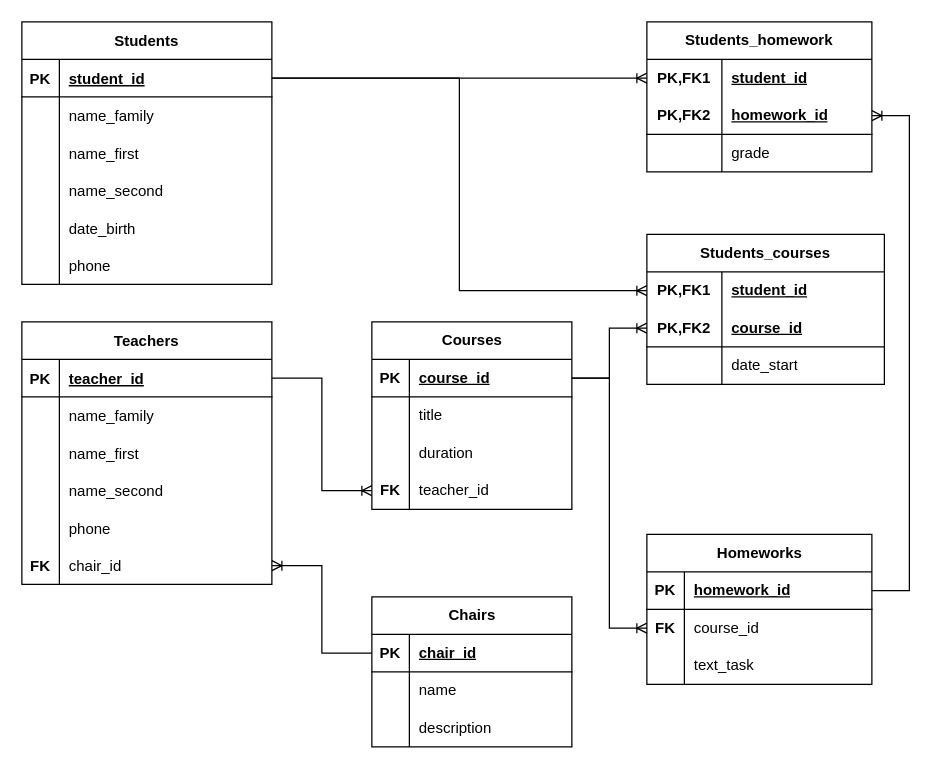
This is page "Task 2" (2 of 3) of draw_io/14_8_practice_DataBase.drawio from MDS-007-52/Draw_io_diagrams, a draw.io file, before an edit. Source tidied: cells renumbered, new cells numbered last; positions are measured from the earlier drawing's top-left corner, leaving out a move shared by most shapes. Both pictures are drawn from the tidied source at 125%, with x=0, y=0 at pixel (21, 21).
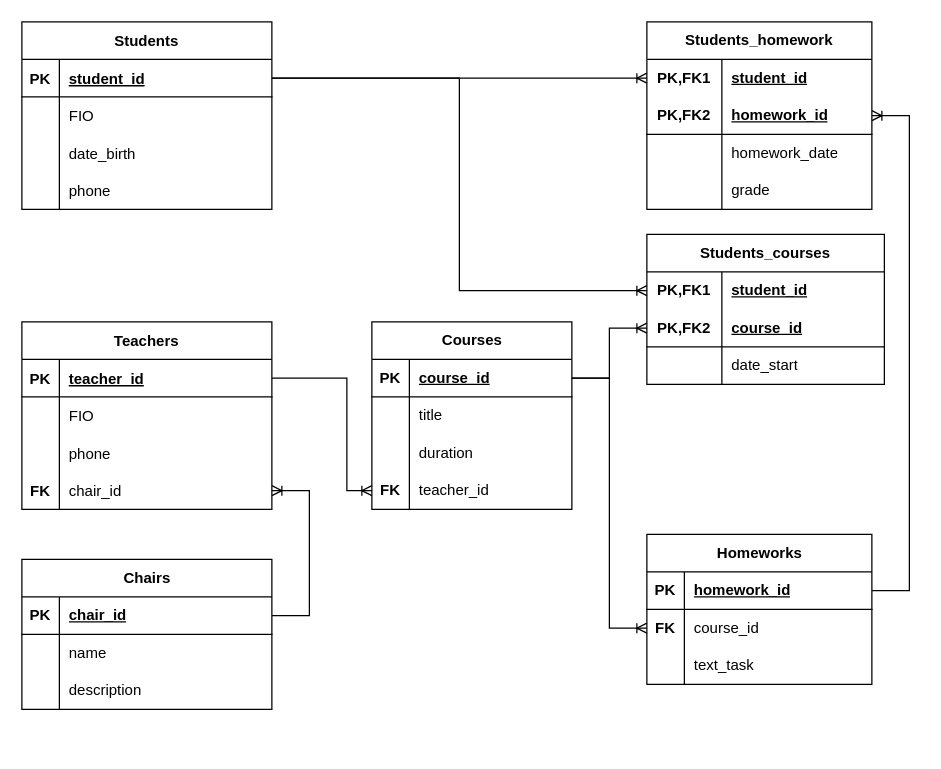
The same diagram, later.

The change refers to these unchanged cells:
```xml
<mxCell id="61" style="shape=tableRow;horizontal=0;startSize=0;swimlaneHead=0;swimlaneBody=0;fillColor=none;points=[[0,0.5],[1,0.5]];portConstraint=eastwest;top=0;left=0;right=0;bottom=0;" parent="51" vertex="1">
  <mxGeometry y="120" width="160" height="30" as="geometry" />
</mxCell>
<mxCell id="66" style="shape=tableRow;horizontal=0;startSize=0;swimlaneHead=0;swimlaneBody=0;fillColor=none;points=[[0,0.5],[1,0.5]];portConstraint=eastwest;top=0;left=0;right=0;bottom=0;html=1;" parent="65" vertex="1">
  <mxGeometry y="30" width="190" height="30" as="geometry" />
</mxCell>
<mxCell id="89" style="shape=tableRow;horizontal=0;startSize=0;swimlaneHead=0;swimlaneBody=0;fillColor=none;points=[[0,0.5],[1,0.5]];portConstraint=eastwest;top=0;left=0;right=0;bottom=0;html=1;" parent="88" vertex="1">
  <mxGeometry y="30" width="180" height="30" as="geometry" />
</mxCell>
<mxCell id="95" style="shape=tableRow;horizontal=0;startSize=0;swimlaneHead=0;swimlaneBody=0;fillColor=none;top=0;left=0;right=0;bottom=0;html=1;" parent="88" vertex="1">
  <mxGeometry y="90" width="180" height="30" as="geometry" />
</mxCell>
```

Diff of the diagram source:
```diff
@@
-    <mxCell id="2" value="Students" style="shape=table;startSize=30;childLayout=tableLayout;rowLines=0;fontStyle=1;align=center;" parent="1" vertex="1">
-      <mxGeometry width="200" height="210" as="geometry" />
-    </mxCell>
-    <mxCell id="3" style="shape=partialRectangle;fillColor=none;points=[[0,0.5],[1,0.5]];portConstraint=eastwest;top=0;left=0;right=0;bottom=1;" parent="2" vertex="1">
-      <mxGeometry y="30" width="200" height="30" as="geometry" />
-    </mxCell>
-    <mxCell id="4" value="PK" style="shape=partialRectangle;overflow=hidden;fillColor=none;top=0;left=0;bottom=0;right=0;fontStyle=1;" parent="3" vertex="1">
-      <mxGeometry width="30" height="30" as="geometry" />
-    </mxCell>
-    <mxCell id="5" value="student_id " style="shape=partialRectangle;overflow=hidden;fillColor=none;top=0;left=0;bottom=0;right=0;align=left;spacingLeft=6;fontStyle=5;" parent="3" vertex="1">
-      <mxGeometry x="30" width="170" height="30" as="geometry" />
-    </mxCell>
-    <mxCell id="6" style="shape=partialRectangle;fillColor=none;top=0;left=0;right=0;bottom=0;" parent="2" vertex="1">
-      <mxGeometry y="60" width="200" height="30" as="geometry" />
-    </mxCell>
-    <mxCell id="7" style="shape=partialRectangle;overflow=hidden;fillColor=none;top=0;left=0;bottom=0;right=0;" parent="6" vertex="1">
-      <mxGeometry width="30" height="30" as="geometry" />
-    </mxCell>
-    <mxCell id="8" value="name_family" style="shape=partialRectangle;overflow=hidden;fillColor=none;top=0;left=0;bottom=0;right=0;align=left;spacingLeft=6;" parent="6" vertex="1">
-      <mxGeometry x="30" width="170" height="30" as="geometry" />
-    </mxCell>
-    <mxCell id="9" style="shape=tableRow;horizontal=0;startSize=0;swimlaneHead=0;swimlaneBody=0;fillColor=none;top=0;left=0;right=0;bottom=0;" parent="2" vertex="1">
-      <mxGeometry y="90" width="200" height="30" as="geometry" />
-    </mxCell>
-    <mxCell id="10" style="shape=partialRectangle;fillColor=none;top=0;left=0;bottom=0;right=0;overflow=hidden;" parent="9" vertex="1">
-      <mxGeometry width="30" height="30" as="geometry" />
-    </mxCell>
-    <mxCell id="11" value="name_first" style="shape=partialRectangle;fillColor=none;top=0;left=0;bottom=0;right=0;align=left;spacingLeft=6;overflow=hidden;" parent="9" vertex="1">
-      <mxGeometry x="30" width="170" height="30" as="geometry" />
-    </mxCell>
-    <mxCell id="12" style="shape=tableRow;horizontal=0;startSize=0;swimlaneHead=0;swimlaneBody=0;fillColor=none;top=0;left=0;right=0;bottom=0;" parent="2" vertex="1">
-      <mxGeometry y="120" width="200" height="30" as="geometry" />
-    </mxCell>
-    <mxCell id="13" style="shape=partialRectangle;fillColor=none;top=0;left=0;bottom=0;right=0;overflow=hidden;" parent="12" vertex="1">
-      <mxGeometry width="30" height="30" as="geometry" />
-    </mxCell>
-    <mxCell id="14" value="name_second" style="shape=partialRectangle;fillColor=none;top=0;left=0;bottom=0;right=0;align=left;spacingLeft=6;overflow=hidden;" parent="12" vertex="1">
-      <mxGeometry x="30" width="170" height="30" as="geometry" />
-    </mxCell>
-    <mxCell id="15" style="shape=tableRow;horizontal=0;startSize=0;swimlaneHead=0;swimlaneBody=0;fillColor=none;top=0;left=0;right=0;bottom=0;" parent="2" vertex="1">
-      <mxGeometry y="150" width="200" height="30" as="geometry" />
-    </mxCell>
-    <mxCell id="16" style="shape=partialRectangle;fillColor=none;top=0;left=0;bottom=0;right=0;overflow=hidden;" parent="15" vertex="1">
-      <mxGeometry width="30" height="30" as="geometry" />
-    </mxCell>
-    <mxCell id="17" value="date_birth" style="shape=partialRectangle;fillColor=none;top=0;left=0;bottom=0;right=0;align=left;spacingLeft=6;overflow=hidden;" parent="15" vertex="1">
-      <mxGeometry x="30" width="170" height="30" as="geometry" />
-    </mxCell>
-    <mxCell id="18" style="shape=tableRow;horizontal=0;startSize=0;swimlaneHead=0;swimlaneBody=0;fillColor=none;top=0;left=0;right=0;bottom=0;" parent="2" vertex="1">
-      <mxGeometry y="180" width="200" height="30" as="geometry" />
-    </mxCell>
-    <mxCell id="19" style="shape=partialRectangle;fillColor=none;top=0;left=0;bottom=0;right=0;overflow=hidden;" parent="18" vertex="1">
-      <mxGeometry width="30" height="30" as="geometry" />
-    </mxCell>
-    <mxCell id="20" value="phone" style="shape=partialRectangle;fillColor=none;top=0;left=0;bottom=0;right=0;align=left;spacingLeft=6;overflow=hidden;" parent="18" vertex="1">
-      <mxGeometry x="30" width="170" height="30" as="geometry" />
-    </mxCell>
-    <mxCell id="21" value="Teachers" style="shape=table;startSize=30;childLayout=tableLayout;rowLines=0;fontStyle=1;align=center;" parent="1" vertex="1">
-      <mxGeometry y="240" width="200" height="210" as="geometry" />
-    </mxCell>
-    <mxCell id="22" style="shape=partialRectangle;fillColor=none;points=[[0,0.5],[1,0.5]];portConstraint=eastwest;top=0;left=0;right=0;bottom=1;" parent="21" vertex="1">
-      <mxGeometry y="30" width="200" height="30" as="geometry" />
-    </mxCell>
-    <mxCell id="23" value="PK" style="shape=partialRectangle;overflow=hidden;fillColor=none;top=0;left=0;bottom=0;right=0;fontStyle=1;" parent="22" vertex="1">
-      <mxGeometry width="30" height="30" as="geometry" />
-    </mxCell>
-    <mxCell id="24" value="teacher_id " style="shape=partialRectangle;overflow=hidden;fillColor=none;top=0;left=0;bottom=0;right=0;align=left;spacingLeft=6;fontStyle=5;" parent="22" vertex="1">
-      <mxGeometry x="30" width="170" height="30" as="geometry" />
-    </mxCell>
-    <mxCell id="25" style="shape=partialRectangle;fillColor=none;top=0;left=0;right=0;bottom=0;" parent="21" vertex="1">
-      <mxGeometry y="60" width="200" height="30" as="geometry" />
-    </mxCell>
-    <mxCell id="26" style="shape=partialRectangle;overflow=hidden;fillColor=none;top=0;left=0;bottom=0;right=0;" parent="25" vertex="1">
-      <mxGeometry width="30" height="30" as="geometry" />
-    </mxCell>
-    <mxCell id="27" value="name_family" style="shape=partialRectangle;overflow=hidden;fillColor=none;top=0;left=0;bottom=0;right=0;align=left;spacingLeft=6;" parent="25" vertex="1">
-      <mxGeometry x="30" width="170" height="30" as="geometry" />
-    </mxCell>
-    <mxCell id="28" style="shape=tableRow;horizontal=0;startSize=0;swimlaneHead=0;swimlaneBody=0;fillColor=none;top=0;left=0;right=0;bottom=0;" parent="21" vertex="1">
-      <mxGeometry y="90" width="200" height="30" as="geometry" />
-    </mxCell>
-    <mxCell id="29" style="shape=partialRectangle;fillColor=none;top=0;left=0;bottom=0;right=0;overflow=hidden;" parent="28" vertex="1">
-      <mxGeometry width="30" height="30" as="geometry" />
-    </mxCell>
-    <mxCell id="30" value="name_first" style="shape=partialRectangle;fillColor=none;top=0;left=0;bottom=0;right=0;align=left;spacingLeft=6;overflow=hidden;" parent="28" vertex="1">
-      <mxGeometry x="30" width="170" height="30" as="geometry" />
-    </mxCell>
-    <mxCell id="31" style="shape=tableRow;horizontal=0;startSize=0;swimlaneHead=0;swimlaneBody=0;fillColor=none;top=0;left=0;right=0;bottom=0;" parent="21" vertex="1">
-      <mxGeometry y="120" width="200" height="30" as="geometry" />
-    </mxCell>
-    <mxCell id="32" style="shape=partialRectangle;fillColor=none;top=0;left=0;bottom=0;right=0;overflow=hidden;" parent="31" vertex="1">
-      <mxGeometry width="30" height="30" as="geometry" />
-    </mxCell>
-    <mxCell id="33" value="name_second" style="shape=partialRectangle;fillColor=none;top=0;left=0;bottom=0;right=0;align=left;spacingLeft=6;overflow=hidden;" parent="31" vertex="1">
-      <mxGeometry x="30" width="170" height="30" as="geometry" />
-    </mxCell>
-    <mxCell id="34" style="shape=tableRow;horizontal=0;startSize=0;swimlaneHead=0;swimlaneBody=0;fillColor=none;top=0;left=0;right=0;bottom=0;" parent="21" vertex="1">
-      <mxGeometry y="150" width="200" height="30" as="geometry" />
-    </mxCell>
-    <mxCell id="35" style="shape=partialRectangle;fillColor=none;top=0;left=0;bottom=0;right=0;overflow=hidden;" parent="34" vertex="1">
-      <mxGeometry width="30" height="30" as="geometry" />
-    </mxCell>
-    <mxCell id="36" value="phone" style="shape=partialRectangle;fillColor=none;top=0;left=0;bottom=0;right=0;align=left;spacingLeft=6;overflow=hidden;" parent="34" vertex="1">
-      <mxGeometry x="30" width="170" height="30" as="geometry" />
-    </mxCell>
-    <mxCell id="37" style="shape=tableRow;horizontal=0;startSize=0;swimlaneHead=0;swimlaneBody=0;fillColor=none;points=[[0,0.5],[1,0.5]];portConstraint=eastwest;top=0;left=0;right=0;bottom=0;" parent="21" vertex="1">
-      <mxGeometry y="180" width="200" height="30" as="geometry" />
-    </mxCell>
-    <mxCell id="38" value="FK" style="shape=partialRectangle;fillColor=none;top=0;left=0;bottom=0;right=0;overflow=hidden;fontStyle=1;" parent="37" vertex="1">
-      <mxGeometry width="30" height="30" as="geometry" />
-    </mxCell>
-    <mxCell id="39" value="chair_id" style="shape=partialRectangle;fillColor=none;top=0;left=0;bottom=0;right=0;align=left;spacingLeft=6;overflow=hidden;" parent="37" vertex="1">
-      <mxGeometry x="30" width="170" height="30" as="geometry" />
-    </mxCell>
     <mxCell id="40" value="Chairs" style="shape=table;startSize=30;childLayout=tableLayout;rowLines=0;fontStyle=1;align=center;html=1;" parent="1" vertex="1">
-      <mxGeometry x="280" y="460" width="160" height="120" as="geometry" />
+      <mxGeometry y="430" width="200" height="120" as="geometry" />
     </mxCell>
     <mxCell id="41" style="shape=tableRow;horizontal=0;startSize=0;swimlaneHead=0;swimlaneBody=0;fillColor=none;points=[[0,0.5],[1,0.5]];portConstraint=eastwest;top=0;left=0;right=0;bottom=1;" parent="40" vertex="1">
-      <mxGeometry y="30" width="160" height="30" as="geometry" />
+      <mxGeometry y="30" width="200" height="30" as="geometry" />
     </mxCell>
@@
     <mxCell id="43" value="&lt;div&gt;chair_id&lt;/div&gt;" style="shape=partialRectangle;fillColor=none;top=0;left=0;bottom=0;right=0;align=left;spacingLeft=6;fontStyle=5;overflow=hidden;whiteSpace=wrap;html=1;" parent="41" vertex="1">
-      <mxGeometry x="30" width="130" height="30" as="geometry" />
+      <mxGeometry x="30" width="170" height="30" as="geometry" />
     </mxCell>
     <mxCell id="44" style="shape=tableRow;horizontal=0;startSize=0;swimlaneHead=0;swimlaneBody=0;fillColor=none;top=0;left=0;right=0;bottom=0;" parent="40" vertex="1">
-      <mxGeometry y="60" width="160" height="30" as="geometry" />
+      <mxGeometry y="60" width="200" height="30" as="geometry" />
     </mxCell>
@@
     <mxCell id="46" value="name" style="shape=partialRectangle;fillColor=none;top=0;left=0;bottom=0;right=0;align=left;spacingLeft=6;overflow=hidden;whiteSpace=wrap;html=1;" parent="44" vertex="1">
-      <mxGeometry x="30" width="130" height="30" as="geometry" />
+      <mxGeometry x="30" width="170" height="30" as="geometry" />
     </mxCell>
     <mxCell id="47" style="shape=tableRow;horizontal=0;startSize=0;swimlaneHead=0;swimlaneBody=0;fillColor=none;top=0;left=0;right=0;bottom=0;" parent="40" vertex="1">
-      <mxGeometry y="90" width="160" height="30" as="geometry" />
+      <mxGeometry y="90" width="200" height="30" as="geometry" />
     </mxCell>
@@
     <mxCell id="49" value="description" style="shape=partialRectangle;fillColor=none;top=0;left=0;bottom=0;right=0;align=left;spacingLeft=6;overflow=hidden;whiteSpace=wrap;html=1;" parent="47" vertex="1">
-      <mxGeometry x="30" width="130" height="30" as="geometry" />
+      <mxGeometry x="30" width="170" height="30" as="geometry" />
     </mxCell>
-    <mxCell id="50" style="edgeStyle=elbowEdgeStyle;fontSize=12;html=1;endArrow=ERoneToMany;rounded=0;exitX=0;exitY=0.5;exitDx=0;exitDy=0;entryX=1;entryY=0.5;entryDx=0;entryDy=0;" parent="1" edge="1" source="41" target="37">
-      <mxGeometry relative="1" as="geometry" />
+    <mxCell id="50" style="edgeStyle=elbowEdgeStyle;fontSize=12;html=1;endArrow=ERoneToMany;rounded=0;" parent="1" edge="1" source="41" target="121">
+      <mxGeometry relative="1" as="geometry">
+        <Array as="points">
+          <mxPoint x="230" y="420" />
+        </Array>
+      </mxGeometry>
     </mxCell>
@@
-    <mxCell id="64" style="edgeStyle=elbowEdgeStyle;fontSize=12;html=1;endArrow=ERoneToMany;rounded=0;exitX=1;exitY=0.5;exitDx=0;exitDy=0;entryX=0;entryY=0.5;entryDx=0;entryDy=0;" parent="1" edge="1" source="22" target="61">
-      <mxGeometry relative="1" as="geometry" />
+    <mxCell id="64" style="edgeStyle=elbowEdgeStyle;fontSize=12;html=1;endArrow=ERoneToMany;rounded=0;exitX=1;exitY=0.5;exitDx=0;exitDy=0;entryX=0;entryY=0.5;entryDx=0;entryDy=0;" parent="1" edge="1" target="61">
+      <mxGeometry relative="1" as="geometry">
+        <mxPoint x="200" y="285" as="sourcePoint" />
+        <Array as="points">
+          <mxPoint x="260" y="340" />
+        </Array>
+      </mxGeometry>
     </mxCell>
@@
-    <mxCell id="75" style="edgeStyle=elbowEdgeStyle;fontSize=12;html=1;endArrow=ERoneToMany;rounded=0;exitX=1;exitY=0.5;exitDx=0;exitDy=0;entryX=0;entryY=0.5;entryDx=0;entryDy=0;" parent="1" edge="1" source="3" target="66">
-      <mxGeometry relative="1" as="geometry" />
+    <mxCell id="75" style="edgeStyle=elbowEdgeStyle;fontSize=12;html=1;endArrow=ERoneToMany;rounded=0;exitX=1;exitY=0.5;exitDx=0;exitDy=0;entryX=0;entryY=0.5;entryDx=0;entryDy=0;" parent="1" edge="1" target="66">
+      <mxGeometry relative="1" as="geometry">
+        <mxPoint x="200" y="45" as="sourcePoint" />
+      </mxGeometry>
     </mxCell>
@@
     <mxCell id="88" value="Students_homework" style="shape=table;startSize=30;childLayout=tableLayout;rowLines=0;fontStyle=1;align=center;html=1;whiteSpace=wrap;" parent="1" vertex="1">
-      <mxGeometry x="500" width="180" height="120" as="geometry" />
+      <mxGeometry x="500" width="180" height="150" as="geometry" />
     </mxCell>
@@
-    <mxCell id="97" value="grade" style="shape=partialRectangle;fillColor=none;top=0;left=0;bottom=0;right=0;align=left;spacingLeft=6;overflow=hidden;html=1;whiteSpace=wrap;" parent="95" vertex="1">
+    <mxCell id="97" value="homework_date" style="shape=partialRectangle;fillColor=none;top=0;left=0;bottom=0;right=0;align=left;spacingLeft=6;overflow=hidden;html=1;whiteSpace=wrap;" parent="95" vertex="1">
       <mxGeometry x="60" width="120" height="30" as="geometry" />
     </mxCell>
+    <mxCell id="100" style="shape=tableRow;horizontal=0;startSize=0;swimlaneHead=0;swimlaneBody=0;fillColor=none;top=0;left=0;right=0;bottom=0;html=1;" parent="88" vertex="1">
+      <mxGeometry y="120" width="180" height="30" as="geometry" />
+    </mxCell>
+    <mxCell id="101" style="shape=partialRectangle;fillColor=none;top=0;left=0;bottom=0;right=0;overflow=hidden;html=1;whiteSpace=wrap;" parent="100" vertex="1">
+      <mxGeometry width="60" height="30" as="geometry" />
+    </mxCell>
+    <mxCell id="102" value="grade" style="shape=partialRectangle;fillColor=none;top=0;left=0;bottom=0;right=0;align=left;spacingLeft=6;overflow=hidden;html=1;whiteSpace=wrap;" parent="100" vertex="1">
+      <mxGeometry x="60" width="120" height="30" as="geometry" />
+    </mxCell>
-    <mxCell id="98" style="edgeStyle=entityRelationEdgeStyle;fontSize=12;html=1;endArrow=ERoneToMany;rounded=0;exitX=1;exitY=0.5;exitDx=0;exitDy=0;" parent="1" edge="1" source="3" target="89">
-      <mxGeometry relative="1" as="geometry" />
+    <mxCell id="98" style="edgeStyle=entityRelationEdgeStyle;fontSize=12;html=1;endArrow=ERoneToMany;rounded=0;exitX=1;exitY=0.5;exitDx=0;exitDy=0;" parent="1" edge="1" target="89">
+      <mxGeometry relative="1" as="geometry">
+        <mxPoint x="200" y="45" as="sourcePoint" />
+      </mxGeometry>
     </mxCell>
@@
+    <mxCell id="2" value="Students" style="shape=table;startSize=30;childLayout=tableLayout;rowLines=0;fontStyle=1;align=center;" parent="1" vertex="1">
+      <mxGeometry width="200" height="150" as="geometry" />
+    </mxCell>
+    <mxCell id="103" style="shape=partialRectangle;fillColor=none;top=0;left=0;right=0;bottom=1;" parent="2" vertex="1">
+      <mxGeometry y="30" width="200" height="30" as="geometry" />
+    </mxCell>
+    <mxCell id="104" value="PK" style="shape=partialRectangle;overflow=hidden;fillColor=none;top=0;left=0;bottom=0;right=0;fontStyle=1;" parent="103" vertex="1">
+      <mxGeometry width="30" height="30" as="geometry" />
+    </mxCell>
+    <mxCell id="5" value="student_id " style="shape=partialRectangle;overflow=hidden;fillColor=none;top=0;left=0;bottom=0;right=0;align=left;spacingLeft=6;fontStyle=5;" parent="103" vertex="1">
+      <mxGeometry x="30" width="170" height="30" as="geometry" />
+    </mxCell>
+    <mxCell id="105" style="shape=partialRectangle;fillColor=none;top=0;left=0;right=0;bottom=0;" parent="2" vertex="1">
+      <mxGeometry y="60" width="200" height="30" as="geometry" />
+    </mxCell>
+    <mxCell id="106" style="shape=partialRectangle;overflow=hidden;fillColor=none;top=0;left=0;bottom=0;right=0;" parent="105" vertex="1">
+      <mxGeometry width="30" height="30" as="geometry" />
+    </mxCell>
+    <mxCell id="107" value="FIO" style="shape=partialRectangle;overflow=hidden;fillColor=none;top=0;left=0;bottom=0;right=0;align=left;spacingLeft=6;" parent="105" vertex="1">
+      <mxGeometry x="30" width="170" height="30" as="geometry" />
+    </mxCell>
+    <mxCell id="108" style="shape=tableRow;horizontal=0;startSize=0;swimlaneHead=0;swimlaneBody=0;fillColor=none;top=0;left=0;right=0;bottom=0;" parent="2" vertex="1">
+      <mxGeometry y="90" width="200" height="30" as="geometry" />
+    </mxCell>
+    <mxCell id="109" style="shape=partialRectangle;fillColor=none;top=0;left=0;bottom=0;right=0;overflow=hidden;" parent="108" vertex="1">
+      <mxGeometry width="30" height="30" as="geometry" />
+    </mxCell>
+    <mxCell id="17" value="date_birth" style="shape=partialRectangle;fillColor=none;top=0;left=0;bottom=0;right=0;align=left;spacingLeft=6;overflow=hidden;" parent="108" vertex="1">
+      <mxGeometry x="30" width="170" height="30" as="geometry" />
+    </mxCell>
+    <mxCell id="110" style="shape=tableRow;horizontal=0;startSize=0;swimlaneHead=0;swimlaneBody=0;fillColor=none;top=0;left=0;right=0;bottom=0;" parent="2" vertex="1">
+      <mxGeometry y="120" width="200" height="30" as="geometry" />
+    </mxCell>
+    <mxCell id="111" style="shape=partialRectangle;fillColor=none;top=0;left=0;bottom=0;right=0;overflow=hidden;" parent="110" vertex="1">
+      <mxGeometry width="30" height="30" as="geometry" />
+    </mxCell>
+    <mxCell id="112" value="phone" style="shape=partialRectangle;fillColor=none;top=0;left=0;bottom=0;right=0;align=left;spacingLeft=6;overflow=hidden;" parent="110" vertex="1">
+      <mxGeometry x="30" width="170" height="30" as="geometry" />
+    </mxCell>
+    <mxCell id="21" value="Teachers" style="shape=table;startSize=30;childLayout=tableLayout;rowLines=0;fontStyle=1;align=center;" parent="1" vertex="1">
+      <mxGeometry y="240" width="200" height="150" as="geometry" />
+    </mxCell>
+    <mxCell id="113" style="shape=partialRectangle;fillColor=none;top=0;left=0;right=0;bottom=1;" parent="21" vertex="1">
+      <mxGeometry y="30" width="200" height="30" as="geometry" />
+    </mxCell>
+    <mxCell id="114" value="PK" style="shape=partialRectangle;overflow=hidden;fillColor=none;top=0;left=0;bottom=0;right=0;fontStyle=1;" parent="113" vertex="1">
+      <mxGeometry width="30" height="30" as="geometry" />
+    </mxCell>
+    <mxCell id="24" value="teacher_id " style="shape=partialRectangle;overflow=hidden;fillColor=none;top=0;left=0;bottom=0;right=0;align=left;spacingLeft=6;fontStyle=5;" parent="113" vertex="1">
+      <mxGeometry x="30" width="170" height="30" as="geometry" />
+    </mxCell>
+    <mxCell id="115" style="shape=partialRectangle;fillColor=none;top=0;left=0;right=0;bottom=0;" parent="21" vertex="1">
+      <mxGeometry y="60" width="200" height="30" as="geometry" />
+    </mxCell>
+    <mxCell id="116" style="shape=partialRectangle;overflow=hidden;fillColor=none;top=0;left=0;bottom=0;right=0;" parent="115" vertex="1">
+      <mxGeometry width="30" height="30" as="geometry" />
+    </mxCell>
+    <mxCell id="117" value="FIO" style="shape=partialRectangle;overflow=hidden;fillColor=none;top=0;left=0;bottom=0;right=0;align=left;spacingLeft=6;" parent="115" vertex="1">
+      <mxGeometry x="30" width="170" height="30" as="geometry" />
+    </mxCell>
+    <mxCell id="118" style="shape=tableRow;horizontal=0;startSize=0;swimlaneHead=0;swimlaneBody=0;fillColor=none;top=0;left=0;right=0;bottom=0;" parent="21" vertex="1">
+      <mxGeometry y="90" width="200" height="30" as="geometry" />
+    </mxCell>
+    <mxCell id="119" style="shape=partialRectangle;fillColor=none;top=0;left=0;bottom=0;right=0;overflow=hidden;" parent="118" vertex="1">
+      <mxGeometry width="30" height="30" as="geometry" />
+    </mxCell>
+    <mxCell id="120" value="phone" style="shape=partialRectangle;fillColor=none;top=0;left=0;bottom=0;right=0;align=left;spacingLeft=6;overflow=hidden;" parent="118" vertex="1">
+      <mxGeometry x="30" width="170" height="30" as="geometry" />
+    </mxCell>
+    <mxCell id="121" style="shape=tableRow;horizontal=0;startSize=0;swimlaneHead=0;swimlaneBody=0;fillColor=none;points=[[0,0.5],[1,0.5]];portConstraint=eastwest;top=0;left=0;right=0;bottom=0;" parent="21" vertex="1">
+      <mxGeometry y="120" width="200" height="30" as="geometry" />
+    </mxCell>
+    <mxCell id="38" value="FK" style="shape=partialRectangle;fillColor=none;top=0;left=0;bottom=0;right=0;overflow=hidden;fontStyle=1;" parent="121" vertex="1">
+      <mxGeometry width="30" height="30" as="geometry" />
+    </mxCell>
+    <mxCell id="39" value="chair_id" style="shape=partialRectangle;fillColor=none;top=0;left=0;bottom=0;right=0;align=left;spacingLeft=6;overflow=hidden;" parent="121" vertex="1">
+      <mxGeometry x="30" width="170" height="30" as="geometry" />
+    </mxCell>
```
